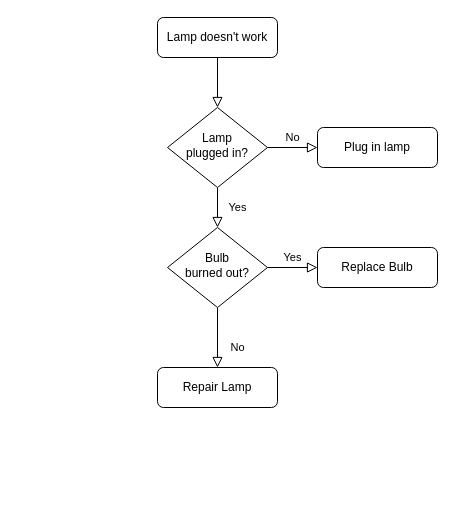
Before: Untitled Diagram.drawio in MaDaTha/hello-world, a draw.io diagram. Source tidied: cells renumbered, new cells numbered last; positions are measured from the earlier drawing's top-left corner, leaving out a move shared by most shapes. Both pictures are drawn from the tidied source at 100%, with x=0, y=0 at pixel (157, 17).
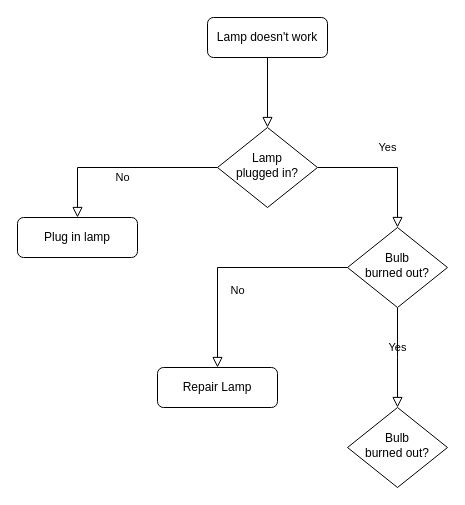
After the change.

Commit message (it also covers changes not shown here):
LeapYear Flowchart Diagram.drawio

Change to the diagram source:
```diff
@@
 <mxGraphModel>
   <root>
     <mxCell id="0" />
     <mxCell id="1" parent="0" />
     <mxCell id="2" style="rounded=0;html=1;jettySize=auto;fontSize=11;endArrow=block;endFill=0;endSize=8;strokeWidth=1;shadow=0;labelBackgroundColor=none;edgeStyle=orthogonalEdgeStyle;" parent="1" edge="1" source="3" target="6">
       <mxGeometry relative="1" as="geometry" />
     </mxCell>
     <mxCell id="3" value="Lamp doesn't work" style="rounded=1;whiteSpace=wrap;html=1;fontSize=12;glass=0;strokeWidth=1;shadow=0;" parent="1" vertex="1">
-      <mxGeometry width="120" height="40" as="geometry" />
+      <mxGeometry x="50" width="120" height="40" as="geometry" />
     </mxCell>
     <mxCell id="4" value="Yes" style="rounded=0;html=1;jettySize=auto;fontSize=11;endArrow=block;endFill=0;endSize=8;strokeWidth=1;shadow=0;labelBackgroundColor=none;edgeStyle=orthogonalEdgeStyle;" parent="1" edge="1" source="6" target="10">
       <mxGeometry y="20" relative="1" as="geometry" />
     </mxCell>
     <mxCell id="5" value="No" style="edgeStyle=orthogonalEdgeStyle;rounded=0;html=1;jettySize=auto;fontSize=11;endArrow=block;endFill=0;endSize=8;strokeWidth=1;shadow=0;labelBackgroundColor=none;" parent="1" edge="1" source="6" target="7">
       <mxGeometry y="10" relative="1" as="geometry" />
     </mxCell>
     <mxCell id="6" value="Lamp&lt;br&gt;plugged in?" style="rhombus;whiteSpace=wrap;html=1;shadow=0;fontFamily=Helvetica;fontSize=12;align=center;strokeWidth=1;spacing=6;spacingTop=-4;" parent="1" vertex="1">
-      <mxGeometry x="10" y="90" width="100" height="80" as="geometry" />
+      <mxGeometry x="60" y="110" width="100" height="80" as="geometry" />
     </mxCell>
     <mxCell id="7" value="Plug in lamp" style="rounded=1;whiteSpace=wrap;html=1;fontSize=12;glass=0;strokeWidth=1;shadow=0;" parent="1" vertex="1">
-      <mxGeometry x="160" y="110" width="120" height="40" as="geometry" />
+      <mxGeometry x="-140" y="200" width="120" height="40" as="geometry" />
     </mxCell>
     <mxCell id="8" value="No" style="rounded=0;html=1;jettySize=auto;fontSize=11;endArrow=block;endFill=0;endSize=8;strokeWidth=1;shadow=0;labelBackgroundColor=none;edgeStyle=orthogonalEdgeStyle;" parent="1" edge="1" source="10" target="11">
       <mxGeometry x="0.33" y="20" relative="1" as="geometry" />
     </mxCell>
-    <mxCell id="9" value="Yes" style="edgeStyle=orthogonalEdgeStyle;rounded=0;html=1;jettySize=auto;fontSize=11;endArrow=block;endFill=0;endSize=8;strokeWidth=1;shadow=0;labelBackgroundColor=none;" parent="1" edge="1" source="10" target="12">
-      <mxGeometry y="10" relative="1" as="geometry" />
+    <mxCell id="9" value="Yes" style="edgeStyle=orthogonalEdgeStyle;rounded=0;html=1;jettySize=auto;fontSize=11;endArrow=block;endFill=0;endSize=8;strokeWidth=1;shadow=0;labelBackgroundColor=none;" parent="1" edge="1" source="10">
+      <mxGeometry y="10" relative="1" as="geometry">
+        <mxPoint x="240" y="390" as="targetPoint" />
+      </mxGeometry>
     </mxCell>
     <mxCell id="10" value="Bulb&lt;br&gt;burned out?" style="rhombus;whiteSpace=wrap;html=1;shadow=0;fontFamily=Helvetica;fontSize=12;align=center;strokeWidth=1;spacing=6;spacingTop=-4;" parent="1" vertex="1">
-      <mxGeometry x="10" y="210" width="100" height="80" as="geometry" />
+      <mxGeometry x="190" y="210" width="100" height="80" as="geometry" />
     </mxCell>
     <mxCell id="11" value="Repair Lamp" style="rounded=1;whiteSpace=wrap;html=1;fontSize=12;glass=0;strokeWidth=1;shadow=0;" parent="1" vertex="1">
       <mxGeometry y="350" width="120" height="40" as="geometry" />
     </mxCell>
-    <mxCell id="12" value="Replace Bulb" style="rounded=1;whiteSpace=wrap;html=1;fontSize=12;glass=0;strokeWidth=1;shadow=0;" parent="1" vertex="1">
-      <mxGeometry x="160" y="230" width="120" height="40" as="geometry" />
-    </mxCell>
+    <mxCell id="13" value="Bulb&lt;br&gt;burned out?" style="rhombus;whiteSpace=wrap;html=1;shadow=0;fontFamily=Helvetica;fontSize=12;align=center;strokeWidth=1;spacing=6;spacingTop=-4;" parent="1" vertex="1">
+      <mxGeometry x="190" y="390" width="100" height="80" as="geometry" />
+    </mxCell>
   </root>
 </mxGraphModel>
```
